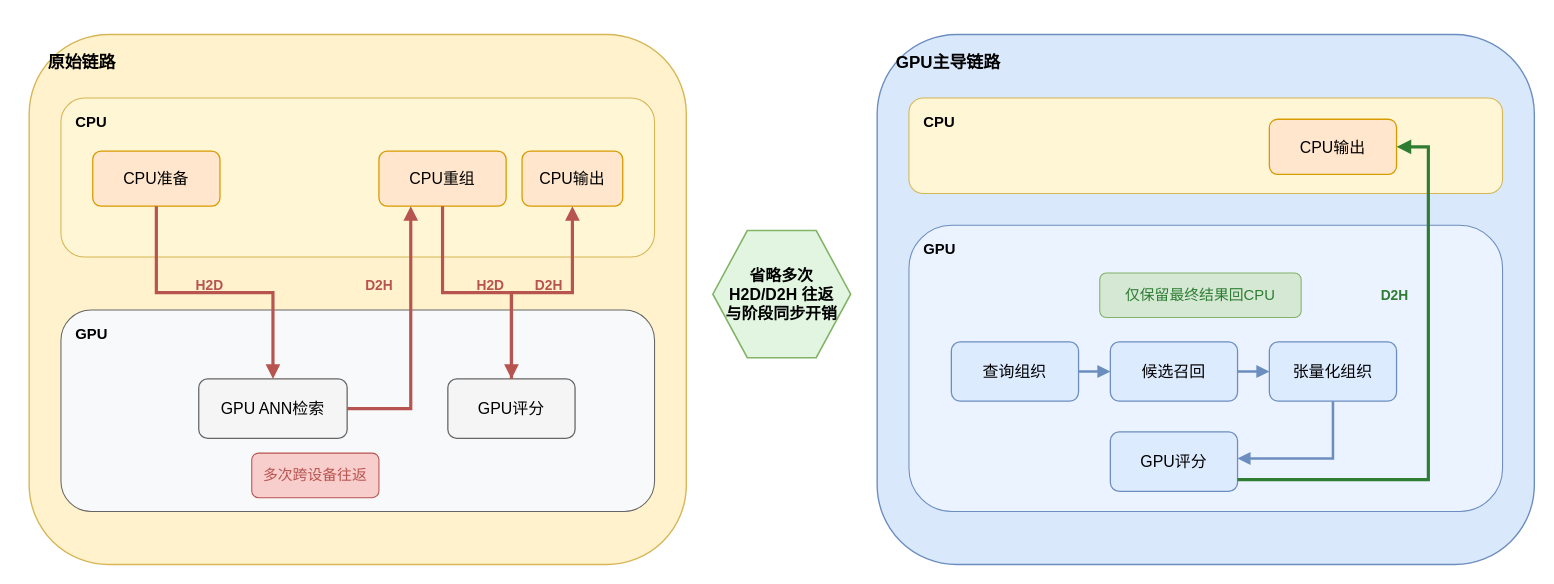
The draw.io diagram sysuthesis/figures/fig4_2_original_vs_gpu_dominant_chain.drawio in HuangEven/sysuthesis, before the edit. Source tidied: cells renumbered, new cells numbered last; positions are measured from the earlier drawing's top-left corner, leaving out a move shared by most shapes. Both pictures are drawn from the tidied source at 106%, with x=0, y=0 at pixel (29, 34).
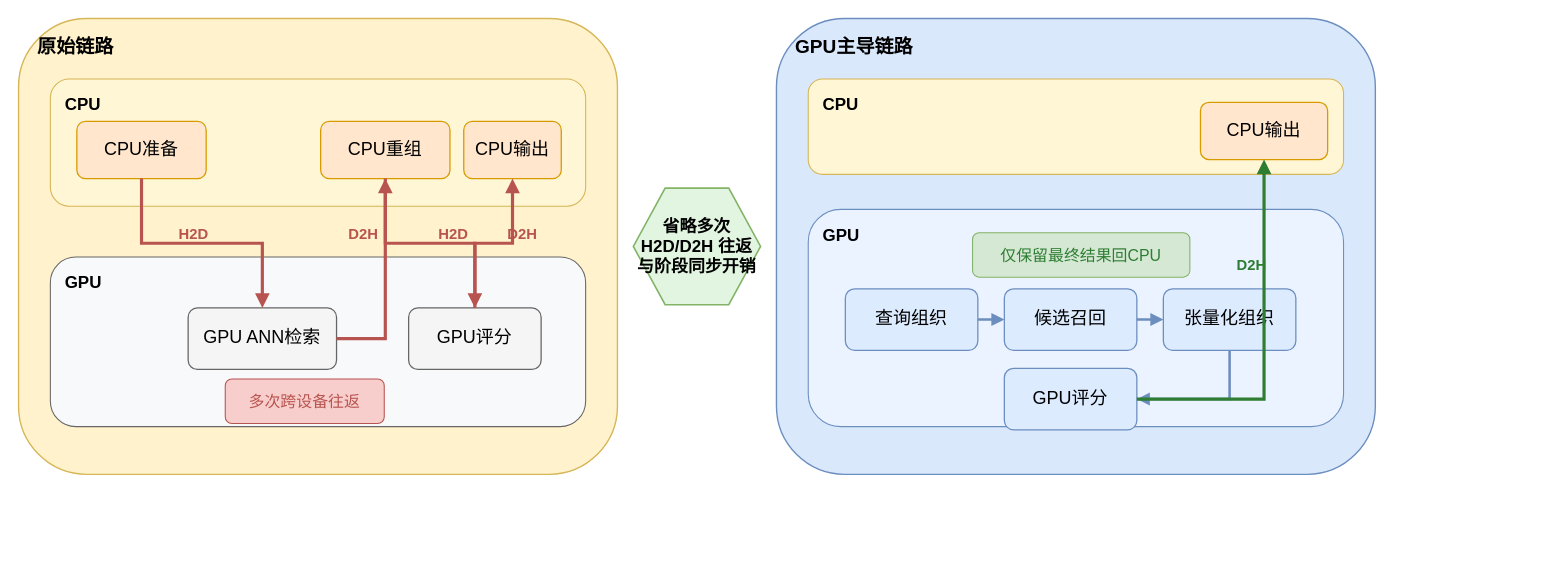
Above is the later version.

What changed in the source:
```diff
@@
-    <mxCell id="2" value="原始链路" style="rounded=1;whiteSpace=wrap;html=1;align=left;verticalAlign=top;spacingLeft=16;spacingTop=10;fontStyle=1;fontSize=16;fillColor=#FFF2CC;strokeColor=#D6B656;strokeWidth=1.3;" parent="1" vertex="1">
-      <mxGeometry width="620" height="500" as="geometry" />
+    <mxCell id="2" value="原始链路" style="rounded=1;whiteSpace=wrap;html=1;align=left;verticalAlign=top;spacingLeft=16;spacingTop=10;fontStyle=1;fontSize=18;fillColor=#FFF2CC;strokeColor=#D6B656;strokeWidth=1.3;fontFamily=PingFang SC;" parent="1" vertex="1">
+      <mxGeometry x="-10" y="-15" width="565" height="430" as="geometry" />
     </mxCell>
-    <mxCell id="3" value="GPU主导链路" style="rounded=1;whiteSpace=wrap;html=1;align=left;verticalAlign=top;spacingLeft=16;spacingTop=10;fontStyle=1;fontSize=16;fillColor=#DAE8FC;strokeColor=#6C8EBF;strokeWidth=1.3;" parent="1" vertex="1">
-      <mxGeometry x="800" width="620" height="500" as="geometry" />
+    <mxCell id="3" value="GPU主导链路" style="rounded=1;whiteSpace=wrap;html=1;align=left;verticalAlign=top;spacingLeft=16;spacingTop=10;fontStyle=1;fontSize=18;fillColor=#DAE8FC;strokeColor=#6C8EBF;strokeWidth=1.3;fontFamily=PingFang SC;" parent="1" vertex="1">
+      <mxGeometry x="705" y="-15" width="565" height="430" as="geometry" />
     </mxCell>
-    <mxCell id="4" value="CPU" style="rounded=1;whiteSpace=wrap;html=1;align=left;verticalAlign=top;spacingLeft=12;spacingTop=8;fontStyle=1;fontSize=14;fillColor=#FFF6D5;strokeColor=#D6B656;strokeWidth=1;" parent="1" vertex="1">
-      <mxGeometry x="30" y="60" width="560" height="150" as="geometry" />
+    <mxCell id="4" value="CPU" style="rounded=1;whiteSpace=wrap;html=1;align=left;verticalAlign=top;spacingLeft=12;spacingTop=8;fontStyle=1;fontSize=16;fillColor=#FFF6D5;strokeColor=#D6B656;strokeWidth=1;fontFamily=PingFang SC;" parent="1" vertex="1">
+      <mxGeometry x="20" y="42" width="505" height="120" as="geometry" />
     </mxCell>
-    <mxCell id="5" value="GPU" style="rounded=1;whiteSpace=wrap;html=1;align=left;verticalAlign=top;spacingLeft=12;spacingTop=8;fontStyle=1;fontSize=14;fillColor=#F8F9FA;strokeColor=#666666;strokeWidth=1;" parent="1" vertex="1">
-      <mxGeometry x="30" y="260" width="560" height="190" as="geometry" />
+    <mxCell id="5" value="GPU" style="rounded=1;whiteSpace=wrap;html=1;align=left;verticalAlign=top;spacingLeft=12;spacingTop=8;fontStyle=1;fontSize=16;fillColor=#F8F9FA;strokeColor=#666666;strokeWidth=1;fontFamily=PingFang SC;" parent="1" vertex="1">
+      <mxGeometry x="20" y="210" width="505" height="160" as="geometry" />
     </mxCell>
-    <mxCell id="6" value="CPU" style="rounded=1;whiteSpace=wrap;html=1;align=left;verticalAlign=top;spacingLeft=12;spacingTop=8;fontStyle=1;fontSize=14;fillColor=#FFF6D5;strokeColor=#D6B656;strokeWidth=1;" parent="1" vertex="1">
-      <mxGeometry x="830" y="60" width="560" height="90" as="geometry" />
+    <mxCell id="6" value="CPU" style="rounded=1;whiteSpace=wrap;html=1;align=left;verticalAlign=top;spacingLeft=12;spacingTop=8;fontStyle=1;fontSize=16;fillColor=#FFF6D5;strokeColor=#D6B656;strokeWidth=1;fontFamily=PingFang SC;" parent="1" vertex="1">
+      <mxGeometry x="735" y="42" width="505" height="90" as="geometry" />
     </mxCell>
-    <mxCell id="7" value="GPU" style="rounded=1;whiteSpace=wrap;html=1;align=left;verticalAlign=top;spacingLeft=12;spacingTop=8;fontStyle=1;fontSize=14;fillColor=#EAF3FF;strokeColor=#6C8EBF;strokeWidth=1;" parent="1" vertex="1">
-      <mxGeometry x="830" y="180" width="560" height="270" as="geometry" />
+    <mxCell id="7" value="GPU" style="rounded=1;whiteSpace=wrap;html=1;align=left;verticalAlign=top;spacingLeft=12;spacingTop=8;fontStyle=1;fontSize=16;fillColor=#EAF3FF;strokeColor=#6C8EBF;strokeWidth=1;fontFamily=PingFang SC;" parent="1" vertex="1">
+      <mxGeometry x="735" y="165" width="505" height="205" as="geometry" />
     </mxCell>
-    <mxCell id="8" value="CPU准备" style="rounded=1;whiteSpace=wrap;html=1;align=center;verticalAlign=middle;fontSize=15;fillColor=#FFE6CC;strokeColor=#D79B00;strokeWidth=1.2;" parent="1" vertex="1">
-      <mxGeometry x="60" y="110" width="120" height="52" as="geometry" />
+    <mxCell id="8" value="CPU准备" style="rounded=1;whiteSpace=wrap;html=1;align=center;verticalAlign=middle;fontSize=17;fillColor=#FFE6CC;strokeColor=#D79B00;strokeWidth=1.2;fontFamily=PingFang SC;" parent="1" vertex="1">
+      <mxGeometry x="45" y="82" width="122" height="54" as="geometry" />
     </mxCell>
-    <mxCell id="9" value="CPU重组" style="rounded=1;whiteSpace=wrap;html=1;align=center;verticalAlign=middle;fontSize=15;fillColor=#FFE6CC;strokeColor=#D79B00;strokeWidth=1.2;" parent="1" vertex="1">
-      <mxGeometry x="330" y="110" width="120" height="52" as="geometry" />
+    <mxCell id="9" value="CPU重组" style="rounded=1;whiteSpace=wrap;html=1;align=center;verticalAlign=middle;fontSize=17;fillColor=#FFE6CC;strokeColor=#D79B00;strokeWidth=1.2;fontFamily=PingFang SC;" parent="1" vertex="1">
+      <mxGeometry x="275" y="82" width="122" height="54" as="geometry" />
     </mxCell>
-    <mxCell id="10" value="CPU输出" style="rounded=1;whiteSpace=wrap;html=1;align=center;verticalAlign=middle;fontSize=15;fillColor=#FFE6CC;strokeColor=#D79B00;strokeWidth=1.2;" parent="1" vertex="1">
-      <mxGeometry x="465" y="110" width="95" height="52" as="geometry" />
+    <mxCell id="10" value="CPU输出" style="rounded=1;whiteSpace=wrap;html=1;align=center;verticalAlign=middle;fontSize=17;fillColor=#FFE6CC;strokeColor=#D79B00;strokeWidth=1.2;fontFamily=PingFang SC;" parent="1" vertex="1">
+      <mxGeometry x="410" y="82" width="92" height="54" as="geometry" />
     </mxCell>
-    <mxCell id="11" value="GPU ANN检索" style="rounded=1;whiteSpace=wrap;html=1;align=center;verticalAlign=middle;fontSize=15;fillColor=#F5F5F5;strokeColor=#666666;strokeWidth=1.2;" parent="1" vertex="1">
-      <mxGeometry x="160" y="325" width="140" height="56" as="geometry" />
+    <mxCell id="11" value="GPU ANN检索" style="rounded=1;whiteSpace=wrap;html=1;align=center;verticalAlign=middle;fontSize=17;fillColor=#F5F5F5;strokeColor=#666666;strokeWidth=1.2;fontFamily=PingFang SC;" parent="1" vertex="1">
+      <mxGeometry x="150" y="258" width="140" height="58" as="geometry" />
     </mxCell>
-    <mxCell id="12" value="GPU评分" style="rounded=1;whiteSpace=wrap;html=1;align=center;verticalAlign=middle;fontSize=15;fillColor=#F5F5F5;strokeColor=#666666;strokeWidth=1.2;" parent="1" vertex="1">
-      <mxGeometry x="395" y="325" width="120" height="56" as="geometry" />
+    <mxCell id="12" value="GPU评分" style="rounded=1;whiteSpace=wrap;html=1;align=center;verticalAlign=middle;fontSize=17;fillColor=#F5F5F5;strokeColor=#666666;strokeWidth=1.2;fontFamily=PingFang SC;" parent="1" vertex="1">
+      <mxGeometry x="358" y="258" width="125" height="58" as="geometry" />
     </mxCell>
-    <mxCell id="13" value="CPU输出" style="rounded=1;whiteSpace=wrap;html=1;align=center;verticalAlign=middle;fontSize=15;fillColor=#FFE6CC;strokeColor=#D79B00;strokeWidth=1.2;" parent="1" vertex="1">
-      <mxGeometry x="1170" y="80" width="120" height="52" as="geometry" />
+    <mxCell id="13" value="CPU输出" style="rounded=1;whiteSpace=wrap;html=1;align=center;verticalAlign=middle;fontSize=17;fillColor=#FFE6CC;strokeColor=#D79B00;strokeWidth=1.2;fontFamily=PingFang SC;" parent="1" vertex="1">
+      <mxGeometry x="1105" y="64" width="120" height="54" as="geometry" />
     </mxCell>
-    <mxCell id="14" value="查询组织" style="rounded=1;whiteSpace=wrap;html=1;align=center;verticalAlign=middle;fontSize=15;fillColor=#DDEBFF;strokeColor=#6C8EBF;strokeWidth=1.2;" parent="1" vertex="1">
-      <mxGeometry x="870" y="290" width="120" height="56" as="geometry" />
+    <mxCell id="14" value="查询组织" style="rounded=1;whiteSpace=wrap;html=1;align=center;verticalAlign=middle;fontSize=17;fillColor=#DDEBFF;strokeColor=#6C8EBF;strokeWidth=1.2;fontFamily=PingFang SC;" parent="1" vertex="1">
+      <mxGeometry x="770" y="240" width="125" height="58" as="geometry" />
     </mxCell>
-    <mxCell id="15" value="候选召回" style="rounded=1;whiteSpace=wrap;html=1;align=center;verticalAlign=middle;fontSize=15;fillColor=#DDEBFF;strokeColor=#6C8EBF;strokeWidth=1.2;" parent="1" vertex="1">
-      <mxGeometry x="1020" y="290" width="120" height="56" as="geometry" />
+    <mxCell id="15" value="候选召回" style="rounded=1;whiteSpace=wrap;html=1;align=center;verticalAlign=middle;fontSize=17;fillColor=#DDEBFF;strokeColor=#6C8EBF;strokeWidth=1.2;fontFamily=PingFang SC;" parent="1" vertex="1">
+      <mxGeometry x="920" y="240" width="125" height="58" as="geometry" />
     </mxCell>
-    <mxCell id="16" value="张量化组织" style="rounded=1;whiteSpace=wrap;html=1;align=center;verticalAlign=middle;fontSize=15;fillColor=#DDEBFF;strokeColor=#6C8EBF;strokeWidth=1.2;" parent="1" vertex="1">
-      <mxGeometry x="1170" y="290" width="120" height="56" as="geometry" />
+    <mxCell id="16" value="张量化组织" style="rounded=1;whiteSpace=wrap;html=1;align=center;verticalAlign=middle;fontSize=17;fillColor=#DDEBFF;strokeColor=#6C8EBF;strokeWidth=1.2;fontFamily=PingFang SC;" parent="1" vertex="1">
+      <mxGeometry x="1070" y="240" width="125" height="58" as="geometry" />
     </mxCell>
-    <mxCell id="17" value="GPU评分" style="rounded=1;whiteSpace=wrap;html=1;align=center;verticalAlign=middle;fontSize=15;fillColor=#DDEBFF;strokeColor=#6C8EBF;strokeWidth=1.2;" parent="1" vertex="1">
-      <mxGeometry x="1020" y="375" width="120" height="56" as="geometry" />
+    <mxCell id="17" value="GPU评分" style="rounded=1;whiteSpace=wrap;html=1;align=center;verticalAlign=middle;fontSize=17;fillColor=#DDEBFF;strokeColor=#6C8EBF;strokeWidth=1.2;fontFamily=PingFang SC;" parent="1" vertex="1">
+      <mxGeometry x="920" y="315" width="125" height="58" as="geometry" />
     </mxCell>
-    <mxCell id="18" value="省略多次 H2D/D2H 往返&lt;br&gt;与阶段同步开销" style="shape=hexagon;perimeter=hexagonPerimeter2;whiteSpace=wrap;html=1;align=center;verticalAlign=middle;fontStyle=1;fontSize=15;fillColor=#E1F5E1;strokeColor=#82B366;strokeWidth=1.5;" parent="1" vertex="1">
-      <mxGeometry x="645" y="185" width="130" height="120" as="geometry" />
+    <mxCell id="18" value="省略多次 H2D/D2H 往返&lt;br&gt;与阶段同步开销" style="shape=hexagon;perimeter=hexagonPerimeter2;whiteSpace=wrap;html=1;align=center;verticalAlign=middle;fontStyle=1;fontSize=16;fillColor=#E1F5E1;strokeColor=#82B366;strokeWidth=1.5;fontFamily=PingFang SC;" parent="1" vertex="1">
+      <mxGeometry x="570" y="145" width="120" height="110" as="geometry" />
     </mxCell>
-    <mxCell id="19" value="多次跨设备往返" style="rounded=1;whiteSpace=wrap;html=1;align=center;verticalAlign=middle;fontSize=14;fontColor=#B85450;fillColor=#F8CECC;strokeColor=#B85450;strokeWidth=1;" parent="1" vertex="1">
-      <mxGeometry x="210" y="395" width="120" height="42" as="geometry" />
+    <mxCell id="19" value="多次跨设备往返" style="rounded=1;whiteSpace=wrap;html=1;align=center;verticalAlign=middle;fontSize=15;fontColor=#B85450;fillColor=#F8CECC;strokeColor=#B85450;strokeWidth=1;fontFamily=PingFang SC;" parent="1" vertex="1">
+      <mxGeometry x="185" y="325" width="150" height="42" as="geometry" />
     </mxCell>
-    <mxCell id="20" value="仅保留最终结果回CPU" style="rounded=1;whiteSpace=wrap;html=1;align=center;verticalAlign=middle;fontSize=14;fontColor=#2E7D32;fillColor=#D5E8D4;strokeColor=#82B366;strokeWidth=1;" parent="1" vertex="1">
-      <mxGeometry x="1010" y="225" width="190" height="42" as="geometry" />
+    <mxCell id="20" value="仅保留最终结果回CPU" style="rounded=1;whiteSpace=wrap;html=1;align=center;verticalAlign=middle;fontSize=15;fontColor=#2E7D32;fillColor=#D5E8D4;strokeColor=#82B366;strokeWidth=1;fontFamily=PingFang SC;" parent="1" vertex="1">
+      <mxGeometry x="890" y="187" width="205" height="42" as="geometry" />
     </mxCell>
@@
     <mxCell id="22" style="edgeStyle=orthogonalEdgeStyle;rounded=0;jettySize=auto;html=1;strokeColor=#B85450;strokeWidth=3;endArrow=block;endFill=1;" parent="1" edge="1" source="11" target="9">
       <mxGeometry relative="1" as="geometry">
         <Array as="points">
-          <mxPoint x="360" y="353" />
+          <mxPoint x="336" y="287" />
         </Array>
       </mxGeometry>
     </mxCell>
@@
-    <mxCell id="25" value="H2D" style="text;html=1;strokeColor=none;fillColor=none;align=center;verticalAlign=middle;fontStyle=1;fontColor=#B85450;fontSize=13;" parent="1" vertex="1">
-      <mxGeometry x="145" y="225" width="50" height="24" as="geometry" />
+    <mxCell id="25" value="H2D" style="text;html=1;strokeColor=none;fillColor=none;align=center;verticalAlign=middle;fontStyle=1;fontColor=#B85450;fontSize=14;fontFamily=PingFang SC;" parent="1" vertex="1">
+      <mxGeometry x="130" y="176" width="50" height="24" as="geometry" />
     </mxCell>
-    <mxCell id="26" value="D2H" style="text;html=1;strokeColor=none;fillColor=none;align=center;verticalAlign=middle;fontStyle=1;fontColor=#B85450;fontSize=13;" parent="1" vertex="1">
-      <mxGeometry x="305" y="225" width="50" height="24" as="geometry" />
+    <mxCell id="26" value="D2H" style="text;html=1;strokeColor=none;fillColor=none;align=center;verticalAlign=middle;fontStyle=1;fontColor=#B85450;fontSize=14;fontFamily=PingFang SC;" parent="1" vertex="1">
+      <mxGeometry x="290" y="176" width="50" height="24" as="geometry" />
     </mxCell>
-    <mxCell id="27" value="H2D" style="text;html=1;strokeColor=none;fillColor=none;align=center;verticalAlign=middle;fontStyle=1;fontColor=#B85450;fontSize=13;" parent="1" vertex="1">
-      <mxGeometry x="410" y="225" width="50" height="24" as="geometry" />
+    <mxCell id="27" value="H2D" style="text;html=1;strokeColor=none;fillColor=none;align=center;verticalAlign=middle;fontStyle=1;fontColor=#B85450;fontSize=14;fontFamily=PingFang SC;" parent="1" vertex="1">
+      <mxGeometry x="375" y="176" width="50" height="24" as="geometry" />
     </mxCell>
-    <mxCell id="28" value="D2H" style="text;html=1;strokeColor=none;fillColor=none;align=center;verticalAlign=middle;fontStyle=1;fontColor=#B85450;fontSize=13;" parent="1" vertex="1">
-      <mxGeometry x="465" y="225" width="50" height="24" as="geometry" />
+    <mxCell id="28" value="D2H" style="text;html=1;strokeColor=none;fillColor=none;align=center;verticalAlign=middle;fontStyle=1;fontColor=#B85450;fontSize=14;fontFamily=PingFang SC;" parent="1" vertex="1">
+      <mxGeometry x="440" y="176" width="50" height="24" as="geometry" />
     </mxCell>
@@
     <mxCell id="31" style="edgeStyle=orthogonalEdgeStyle;rounded=0;jettySize=auto;html=1;strokeColor=#6C8EBF;strokeWidth=2.4;endArrow=block;endFill=1;" parent="1" edge="1" source="16" target="17">
       <mxGeometry relative="1" as="geometry">
         <Array as="points">
-          <mxPoint x="1230" y="400" />
+          <mxPoint x="1133" y="344" />
         </Array>
       </mxGeometry>
     </mxCell>
     <mxCell id="32" style="edgeStyle=orthogonalEdgeStyle;rounded=0;jettySize=auto;html=1;strokeColor=#2E7D32;strokeWidth=3;endArrow=block;endFill=1;" parent="1" edge="1" source="17" target="13">
       <mxGeometry relative="1" as="geometry">
         <Array as="points">
-          <mxPoint x="1320" y="420" />
-          <mxPoint x="1320" y="106" />
+          <mxPoint x="1165" y="344" />
+          <mxPoint x="1165" y="91" />
         </Array>
       </mxGeometry>
     </mxCell>
-    <mxCell id="33" value="D2H" style="text;html=1;strokeColor=none;fillColor=none;align=center;verticalAlign=middle;fontStyle=1;fontColor=#2E7D32;fontSize=13;" parent="1" vertex="1">
-      <mxGeometry x="1260" y="234" width="55" height="24" as="geometry" />
+    <mxCell id="33" value="D2H" style="text;html=1;strokeColor=none;fillColor=none;align=center;verticalAlign=middle;fontStyle=1;fontColor=#2E7D32;fontSize=14;fontFamily=PingFang SC;" parent="1" vertex="1">
+      <mxGeometry x="1125" y="206" width="55" height="24" as="geometry" />
     </mxCell>
```
